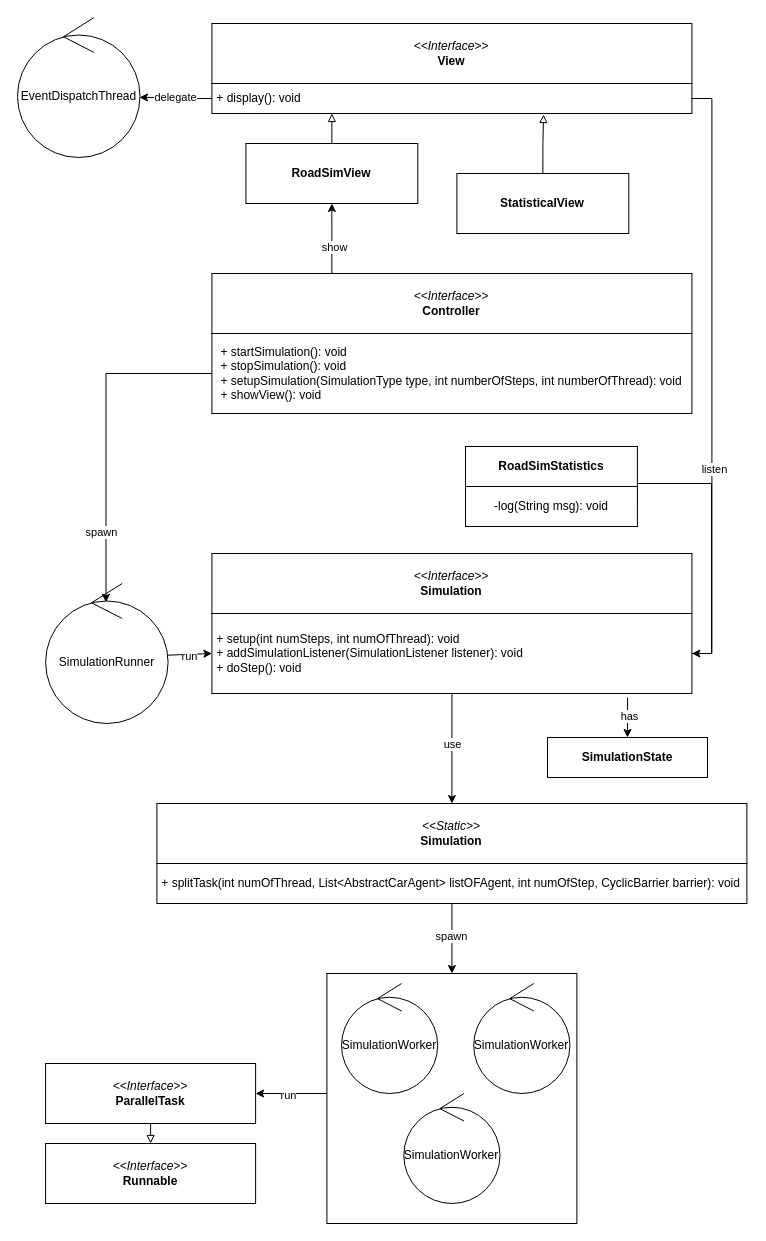
The draw.io diagram PCD_ASS01.drawio in zucchero-sintattico/PCD-ASS02-23-24, before the edit. Source tidied: cells renumbered, new cells numbered last; positions are measured from the earlier drawing's top-left corner, leaving out a move shared by most shapes. Both pictures are drawn from the tidied source at 100%, with x=0, y=0 at pixel (17, 17).
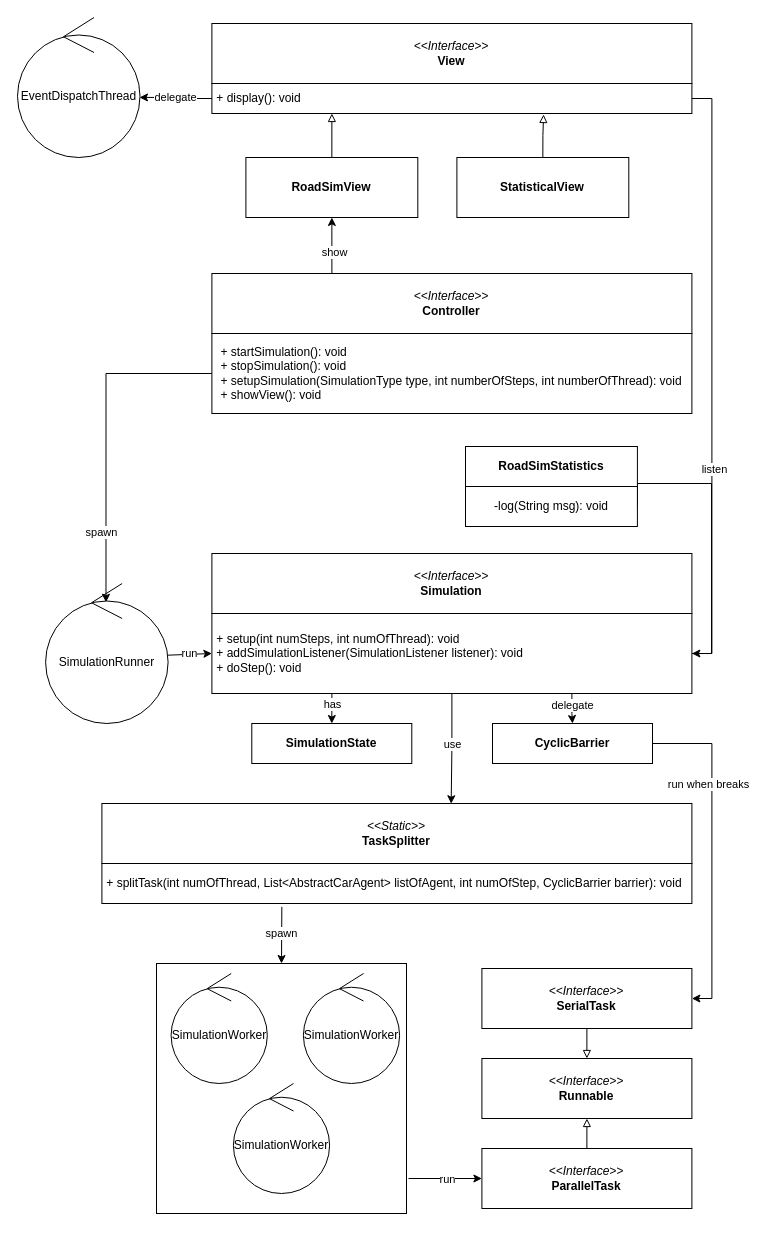
After the change.

Unchanged cells that the change refers to:
```xml
<mxCell id="10" style="rounded=0;jettySize=auto;html=1;exitX=0;exitY=0.5;exitDx=0;exitDy=0;entryX=0.999;entryY=0.512;entryDx=0;entryDy=0;entryPerimeter=0;endArrow=none;endFill=0;startArrow=classic;startFill=1;" parent="1" edge="1" source="16" target="8">
  <mxGeometry relative="1" as="geometry" />
</mxCell>
<mxCell id="16" value="&lt;div style=&quot;&quot;&gt;&amp;nbsp;+ setup(int numSteps, int numOfThread): void&lt;br&gt;&lt;/div&gt;&lt;div style=&quot;&quot;&gt;&lt;div style=&quot;&quot;&gt;&amp;nbsp;+ addSimulationListener(SimulationListener listener): void&lt;/div&gt;&lt;div style=&quot;&quot;&gt;&lt;span style=&quot;background-color: initial;&quot;&gt;&amp;nbsp;+ doStep(): void&lt;/span&gt;&lt;br&gt;&lt;/div&gt;&lt;/div&gt;" style="rounded=0;whiteSpace=wrap;html=1;align=left;" parent="1" vertex="1">
  <mxGeometry x="194.4" y="596" width="480" height="80" as="geometry" />
</mxCell>
```

Change to the diagram source:
```diff
@@
     <mxCell id="11" value="run" style="edgeLabel;html=1;align=center;verticalAlign=middle;" parent="10" vertex="1">
-      <mxGeometry x="0.05" y="2" relative="1" as="geometry" />
+      <mxGeometry x="0.05" y="2" relative="1" as="geometry">
+        <mxPoint y="-3" as="offset" />
+      </mxGeometry>
     </mxCell>
-    <mxCell id="12" style="edgeStyle=orthogonalEdgeStyle;rounded=0;jettySize=auto;html=1;entryX=0.5;entryY=0;entryDx=0;entryDy=0;" parent="1" edge="1" source="16" target="17">
+    <mxCell id="12" style="edgeStyle=orthogonalEdgeStyle;rounded=0;jettySize=auto;html=1;entryX=0.592;entryY=0.004;entryDx=0;entryDy=0;entryPerimeter=0;" parent="1" edge="1" source="16" target="17">
       <mxGeometry relative="1" as="geometry" />
     </mxCell>
@@
-    <mxCell id="14" style="rounded=0;jettySize=auto;html=1;exitX=0.866;exitY=1.05;exitDx=0;exitDy=0;entryX=0.5;entryY=0;entryDx=0;entryDy=0;exitPerimeter=0;" parent="1" edge="1" source="16" target="31">
+    <mxCell id="14" style="rounded=0;jettySize=auto;html=1;exitX=0.25;exitY=1;exitDx=0;exitDy=0;entryX=0.5;entryY=0;entryDx=0;entryDy=0;" parent="1" edge="1" source="16" target="31">
       <mxGeometry relative="1" as="geometry" />
     </mxCell>
     <mxCell id="15" value="has" style="edgeLabel;html=1;align=center;verticalAlign=middle;" parent="14" vertex="1">
       <mxGeometry x="-0.03" y="1" relative="1" as="geometry">
-        <mxPoint y="-1" as="offset" />
+        <mxPoint x="-1" y="-5" as="offset" />
       </mxGeometry>
     </mxCell>
+    <mxCell id="46" style="edgeStyle=orthogonalEdgeStyle;rounded=0;jettySize=auto;html=1;exitX=1;exitY=0.5;exitDx=0;exitDy=0;entryX=1;entryY=0.5;entryDx=0;entryDy=0;" parent="1" edge="1" source="52" target="51">
+      <mxGeometry relative="1" as="geometry" />
+    </mxCell>
+    <mxCell id="47" value="run when breaks" style="edgeLabel;html=1;align=center;verticalAlign=middle;" parent="46" vertex="1">
+      <mxGeometry x="-0.01" y="3" relative="1" as="geometry">
+        <mxPoint x="-7" y="-66" as="offset" />
+      </mxGeometry>
+    </mxCell>
+    <mxCell id="48" style="edgeStyle=orthogonalEdgeStyle;rounded=0;jettySize=auto;html=1;exitX=0.75;exitY=1;exitDx=0;exitDy=0;" parent="1" edge="1" source="16" target="52">
+      <mxGeometry relative="1" as="geometry" />
+    </mxCell>
+    <mxCell id="49" value="delegate" style="edgeLabel;html=1;align=center;verticalAlign=middle;" parent="48" vertex="1">
+      <mxGeometry x="-0.31" relative="1" as="geometry" />
+    </mxCell>
@@
-    <mxCell id="17" value="&lt;i&gt;&amp;lt;&amp;lt;Static&amp;gt;&amp;gt;&lt;/i&gt;&lt;div&gt;&lt;b&gt;Simulation&lt;/b&gt;&lt;/div&gt;" style="rounded=0;whiteSpace=wrap;html=1;" parent="1" vertex="1">
-      <mxGeometry x="139.4" y="786" width="590" height="60" as="geometry" />
+    <mxCell id="17" value="&lt;i&gt;&amp;lt;&amp;lt;Static&amp;gt;&amp;gt;&lt;/i&gt;&lt;div&gt;&lt;b&gt;TaskSplitter&lt;/b&gt;&lt;/div&gt;" style="rounded=0;whiteSpace=wrap;html=1;" parent="1" vertex="1">
+      <mxGeometry x="84.4" y="786" width="590" height="60" as="geometry" />
     </mxCell>
-    <mxCell id="18" value="&lt;div style=&quot;&quot;&gt;&amp;nbsp;+ splitTask(&lt;span style=&quot;background-color: initial;&quot;&gt;int numOfThread, List&amp;lt;AbstractCarAgent&amp;gt; listOFAgent, int numOfStep,&amp;nbsp;&lt;/span&gt;&lt;span style=&quot;background-color: initial;&quot;&gt;CyclicBarrier barrier&lt;/span&gt;): void&lt;/div&gt;" style="rounded=0;whiteSpace=wrap;html=1;align=left;" parent="1" vertex="1">
-      <mxGeometry x="139.4" y="846" width="590" height="40" as="geometry" />
+    <mxCell id="18" value="&lt;div style=&quot;&quot;&gt;&amp;nbsp;+ splitTask(&lt;span style=&quot;background-color: initial;&quot;&gt;int numOfThread, List&amp;lt;AbstractCarAgent&amp;gt; listOfAgent, int numOfStep,&amp;nbsp;&lt;/span&gt;&lt;span style=&quot;background-color: initial;&quot;&gt;CyclicBarrier barrier&lt;/span&gt;): void&lt;/div&gt;" style="rounded=0;whiteSpace=wrap;html=1;align=left;" parent="1" vertex="1">
+      <mxGeometry x="84.4" y="846" width="590" height="40" as="geometry" />
     </mxCell>
-    <mxCell id="19" style="rounded=0;jettySize=auto;html=1;exitX=0.5;exitY=1;exitDx=0;exitDy=0;entryX=0.5;entryY=0;entryDx=0;entryDy=0;" parent="1" edge="1" source="18" target="24">
+    <mxCell id="19" style="rounded=0;jettySize=auto;html=1;exitX=0.305;exitY=1.084;exitDx=0;exitDy=0;entryX=0.5;entryY=0;entryDx=0;entryDy=0;exitPerimeter=0;" parent="1" edge="1" source="18" target="24">
       <mxGeometry relative="1" as="geometry" />
     </mxCell>
@@
-    <mxCell id="22" style="rounded=0;jettySize=auto;html=1;exitX=0;exitY=0.48;exitDx=0;exitDy=0;entryX=1;entryY=0.5;entryDx=0;entryDy=0;exitPerimeter=0;" parent="1" edge="1" source="24" target="29">
+    <mxCell id="22" style="edgeStyle=orthogonalEdgeStyle;rounded=0;jettySize=auto;html=1;entryX=0;entryY=0.5;entryDx=0;entryDy=0;exitX=1.008;exitY=0.86;exitDx=0;exitDy=0;exitPerimeter=0;" parent="1" edge="1" source="24" target="29">
       <mxGeometry relative="1" as="geometry" />
     </mxCell>
     <mxCell id="23" value="run" style="edgeLabel;html=1;align=center;verticalAlign=middle;" parent="22" vertex="1">
-      <mxGeometry x="0.08" y="1" relative="1" as="geometry" />
+      <mxGeometry x="0.03" y="2" relative="1" as="geometry">
+        <mxPoint y="2" as="offset" />
+      </mxGeometry>
     </mxCell>
     <mxCell id="24" style="whiteSpace=wrap;html=1;" parent="1" vertex="1">
-      <mxGeometry x="309.4" y="956" width="250" height="250" as="geometry" />
+      <mxGeometry x="139" y="946" width="250" height="250" as="geometry" />
     </mxCell>
     <mxCell id="25" value="SimulationWorker" style="ellipse;shape=umlControl;whiteSpace=wrap;html=1;" parent="1" vertex="1">
-      <mxGeometry x="324" y="966" width="96.2" height="110" as="geometry" />
+      <mxGeometry x="153.6" y="956" width="96.2" height="110" as="geometry" />
     </mxCell>
     <mxCell id="26" value="SimulationWorker" style="ellipse;shape=umlControl;whiteSpace=wrap;html=1;" parent="1" vertex="1">
-      <mxGeometry x="456.2" y="966" width="96.2" height="110" as="geometry" />
+      <mxGeometry x="285.9" y="956" width="96.2" height="110" as="geometry" />
     </mxCell>
     <mxCell id="27" value="SimulationWorker" style="ellipse;shape=umlControl;whiteSpace=wrap;html=1;" parent="1" vertex="1">
-      <mxGeometry x="386.3" y="1076" width="96.2" height="110" as="geometry" />
+      <mxGeometry x="215.9" y="1066" width="96.2" height="110" as="geometry" />
     </mxCell>
-    <mxCell id="28" style="edgeStyle=orthogonalEdgeStyle;rounded=0;jettySize=auto;html=1;exitX=0.5;exitY=1;exitDx=0;exitDy=0;entryX=0.5;entryY=0;entryDx=0;entryDy=0;endArrow=block;endFill=0;" parent="1" edge="1" source="29" target="30">
-      <mxGeometry relative="1" as="geometry" />
-    </mxCell>
-    <mxCell id="29" value="&lt;i&gt;&amp;lt;&amp;lt;Interface&amp;gt;&amp;gt;&lt;/i&gt;&lt;div&gt;&lt;b&gt;ParallelTask&lt;/b&gt;&lt;/div&gt;" style="rounded=0;whiteSpace=wrap;html=1;" parent="1" vertex="1">
-      <mxGeometry x="28.1" y="1046" width="210" height="60" as="geometry" />
-    </mxCell>
-    <mxCell id="30" value="&lt;i&gt;&amp;lt;&amp;lt;Interface&amp;gt;&amp;gt;&lt;/i&gt;&lt;div&gt;&lt;b&gt;Runnable&lt;/b&gt;&lt;/div&gt;" style="rounded=0;whiteSpace=wrap;html=1;" parent="1" vertex="1">
-      <mxGeometry x="28.1" y="1126" width="210" height="60" as="geometry" />
-    </mxCell>
     <mxCell id="31" value="&lt;div&gt;&lt;b&gt;SimulationState&lt;/b&gt;&lt;/div&gt;" style="rounded=0;whiteSpace=wrap;html=1;" parent="1" vertex="1">
-      <mxGeometry x="530" y="720" width="160" height="40" as="geometry" />
+      <mxGeometry x="234.3" y="706" width="160" height="40" as="geometry" />
     </mxCell>
@@
     <mxCell id="37" value="&lt;b&gt;RoadSimView&lt;/b&gt;" style="rounded=0;whiteSpace=wrap;html=1;" parent="1" vertex="1">
-      <mxGeometry x="228.4" y="126" width="171.9" height="60" as="geometry" />
+      <mxGeometry x="228.4" y="140" width="171.9" height="60" as="geometry" />
     </mxCell>
     <mxCell id="38" value="&lt;b&gt;StatisticalView&lt;/b&gt;" style="rounded=0;whiteSpace=wrap;html=1;" parent="1" vertex="1">
-      <mxGeometry x="439.4" y="156" width="171.9" height="60" as="geometry" />
+      <mxGeometry x="439.4" y="140" width="171.9" height="60" as="geometry" />
     </mxCell>
@@
+    <mxCell id="28" style="edgeStyle=orthogonalEdgeStyle;rounded=0;jettySize=auto;html=1;exitX=0.5;exitY=0;exitDx=0;exitDy=0;entryX=0.5;entryY=1;entryDx=0;entryDy=0;endArrow=block;endFill=0;" parent="1" edge="1" source="29" target="30">
+      <mxGeometry relative="1" as="geometry" />
+    </mxCell>
+    <mxCell id="29" value="&lt;i&gt;&amp;lt;&amp;lt;Interface&amp;gt;&amp;gt;&lt;/i&gt;&lt;div&gt;&lt;b&gt;ParallelTask&lt;/b&gt;&lt;/div&gt;" style="rounded=0;whiteSpace=wrap;html=1;" parent="1" vertex="1">
+      <mxGeometry x="464.4" y="1131" width="210" height="60" as="geometry" />
+    </mxCell>
+    <mxCell id="30" value="&lt;i&gt;&amp;lt;&amp;lt;Interface&amp;gt;&amp;gt;&lt;/i&gt;&lt;div&gt;&lt;b&gt;Runnable&lt;/b&gt;&lt;/div&gt;" style="rounded=0;whiteSpace=wrap;html=1;" parent="1" vertex="1">
+      <mxGeometry x="464.4" y="1041" width="210" height="60" as="geometry" />
+    </mxCell>
+    <mxCell id="50" style="edgeStyle=orthogonalEdgeStyle;rounded=0;jettySize=auto;html=1;exitX=0.5;exitY=1;exitDx=0;exitDy=0;entryX=0.5;entryY=0;entryDx=0;entryDy=0;endArrow=block;endFill=0;" parent="1" edge="1" source="51" target="30">
+      <mxGeometry relative="1" as="geometry" />
+    </mxCell>
+    <mxCell id="51" value="&lt;i&gt;&amp;lt;&amp;lt;Interface&amp;gt;&amp;gt;&lt;/i&gt;&lt;div&gt;&lt;b&gt;SerialTask&lt;/b&gt;&lt;/div&gt;" style="rounded=0;whiteSpace=wrap;html=1;" parent="1" vertex="1">
+      <mxGeometry x="464.4" y="951" width="210" height="60" as="geometry" />
+    </mxCell>
+    <mxCell id="52" value="&lt;div&gt;&lt;b&gt;CyclicBarrier&lt;/b&gt;&lt;/div&gt;" style="rounded=0;whiteSpace=wrap;html=1;" parent="1" vertex="1">
+      <mxGeometry x="475" y="706" width="160" height="40" as="geometry" />
+    </mxCell>
```
